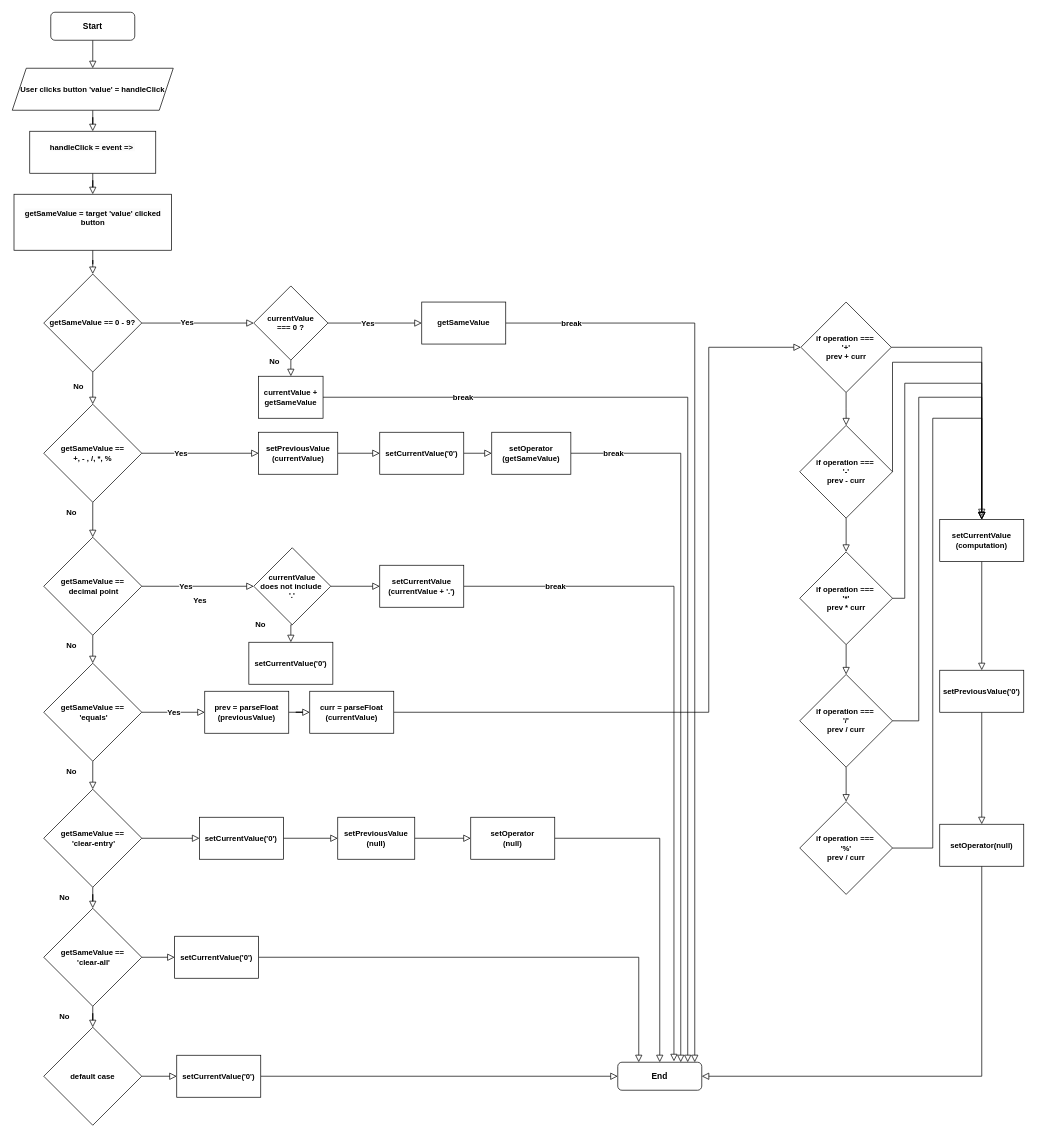
Earlier version of the draw.io diagram react-calc-logic.drawio (d31a/react-calculator). Source tidied: cells renumbered, new cells numbered last; positions are measured from the earlier drawing's top-left corner, leaving out a move shared by most shapes. Both pictures are drawn from the tidied source at 70%, with x=0, y=0 at pixel (12, 12).
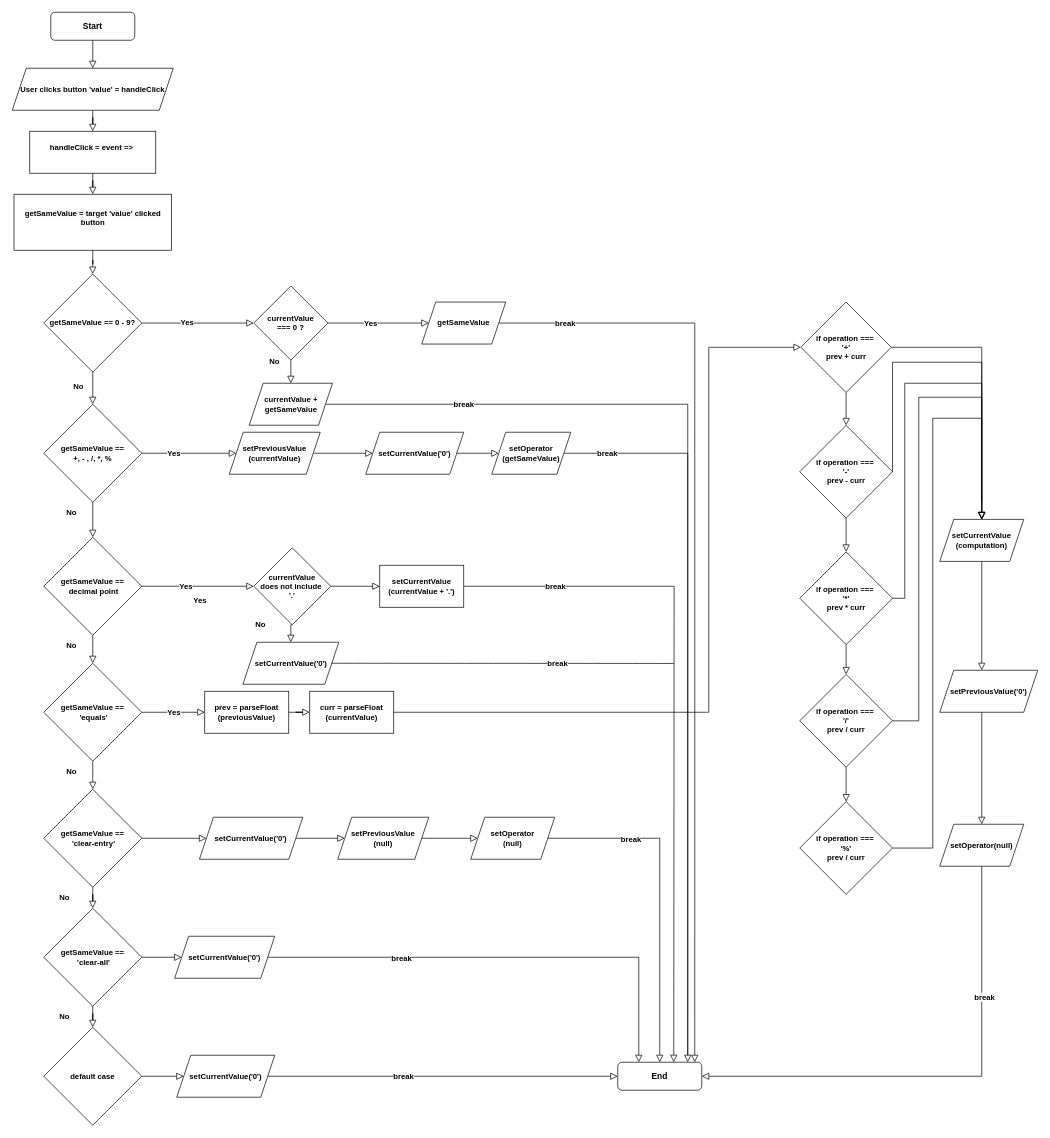
Above is the later version.

Unchanged cells that the change refers to:
```xml
<mxCell id="4" value="End" style="rounded=1;whiteSpace=wrap;html=1;fontSize=12;glass=0;strokeWidth=1;shadow=0;fontStyle=1;" parent="1" vertex="1">
  <mxGeometry x="865" y="1500" width="120" height="40" as="geometry" />
</mxCell>
<mxCell id="63" value="setCurrentValue&lt;br&gt;(currentValue + '.')" style="rounded=0;whiteSpace=wrap;html=1;fontFamily=Helvetica;fontSize=11;fontColor=default;fontStyle=1;" parent="1" vertex="1">
  <mxGeometry x="525" y="790" width="120" height="60" as="geometry" />
</mxCell>
<mxCell id="76" style="edgeStyle=orthogonalEdgeStyle;shape=connector;rounded=0;jettySize=auto;html=1;shadow=0;labelBackgroundColor=none;strokeColor=default;strokeWidth=1;fontFamily=Helvetica;fontSize=11;fontColor=default;endArrow=block;endFill=0;endSize=8;entryX=1;entryY=0.5;entryDx=0;entryDy=0;" parent="1" edge="1" source="77" target="4">
  <mxGeometry relative="1" as="geometry">
    <Array as="points">
      <mxPoint x="1385" y="1520" />
    </Array>
  </mxGeometry>
</mxCell>
<mxCell id="86" value="if operation ===&amp;nbsp;&lt;br&gt;'%'&lt;br&gt;prev / curr" style="rhombus;whiteSpace=wrap;html=1;fontFamily=Helvetica;fontSize=11;fontColor=default;fontStyle=1;" parent="78" vertex="1">
  <mxGeometry y="713.7" width="132.5" height="132.5" as="geometry" />
</mxCell>
<mxCell id="99" style="edgeStyle=orthogonalEdgeStyle;shape=connector;rounded=0;jettySize=auto;html=1;entryX=0.25;entryY=0;entryDx=0;entryDy=0;shadow=0;labelBackgroundColor=none;strokeColor=default;strokeWidth=1;fontFamily=Helvetica;fontSize=11;fontColor=default;endArrow=block;endFill=0;endSize=8;" parent="1" edge="1" source="100" target="4">
  <mxGeometry relative="1" as="geometry" />
</mxCell>
<mxCell id="101" style="edgeStyle=orthogonalEdgeStyle;shape=connector;rounded=0;jettySize=auto;html=1;shadow=0;labelBackgroundColor=none;strokeColor=default;strokeWidth=1;fontFamily=Helvetica;fontSize=11;fontColor=default;endArrow=block;endFill=0;endSize=8;" parent="1" edge="1" source="102" target="4">
  <mxGeometry relative="1" as="geometry" />
</mxCell>
```

The edit, as a diff of the source:
```diff
@@
-    <mxCell id="46" value="getSameValue" style="rounded=0;whiteSpace=wrap;html=1;fontFamily=Helvetica;fontSize=11;fontColor=default;fontStyle=1;" parent="1" vertex="1">
+    <mxCell id="46" value="getSameValue" style="shape=parallelogram;perimeter=parallelogramPerimeter;whiteSpace=wrap;html=1;fixedSize=1;fontFamily=Helvetica;fontSize=11;fontColor=default;align=center;strokeColor=default;fillColor=default;fontStyle=1;" parent="1" vertex="1">
       <mxGeometry x="585" y="414" width="120" height="60" as="geometry" />
     </mxCell>
@@
-    <mxCell id="49" value="currentValue + getSameValue" style="rounded=0;whiteSpace=wrap;html=1;fontFamily=Helvetica;fontSize=11;fontColor=default;fontStyle=1;" parent="1" vertex="1">
-      <mxGeometry x="352" y="520" width="92" height="60" as="geometry" />
+    <mxCell id="49" value="currentValue + getSameValue" style="shape=parallelogram;perimeter=parallelogramPerimeter;whiteSpace=wrap;html=1;fixedSize=1;fontFamily=Helvetica;fontSize=11;fontColor=default;align=center;strokeColor=default;fillColor=default;fontStyle=1;" parent="1" vertex="1">
+      <mxGeometry x="338.5" y="530" width="119" height="60" as="geometry" />
     </mxCell>
@@
-    <mxCell id="52" value="setPreviousValue&lt;br&gt;(currentValue)" style="rounded=0;whiteSpace=wrap;html=1;fontFamily=Helvetica;fontSize=11;fontColor=default;fontStyle=1;" parent="1" vertex="1">
-      <mxGeometry x="352" y="600" width="113" height="60" as="geometry" />
+    <mxCell id="52" value="setPreviousValue&lt;br&gt;(currentValue)" style="shape=parallelogram;perimeter=parallelogramPerimeter;whiteSpace=wrap;html=1;fixedSize=1;fontFamily=Helvetica;fontSize=11;fontColor=default;align=center;strokeColor=default;fillColor=default;fontStyle=1;" parent="1" vertex="1">
+      <mxGeometry x="310" y="600" width="130" height="60" as="geometry" />
     </mxCell>
@@
-    <mxCell id="54" value="setCurrentValue('0')" style="rounded=0;whiteSpace=wrap;html=1;fontFamily=Helvetica;fontSize=11;fontColor=default;fontStyle=1;" parent="1" vertex="1">
-      <mxGeometry x="525" y="600" width="120" height="60" as="geometry" />
+    <mxCell id="54" value="setCurrentValue('0')" style="shape=parallelogram;perimeter=parallelogramPerimeter;whiteSpace=wrap;html=1;fixedSize=1;fontFamily=Helvetica;fontSize=11;fontColor=default;align=center;strokeColor=default;fillColor=default;fontStyle=1;" parent="1" vertex="1">
+      <mxGeometry x="505" y="600" width="140" height="60" as="geometry" />
     </mxCell>
-    <mxCell id="55" style="edgeStyle=orthogonalEdgeStyle;shape=connector;rounded=0;jettySize=auto;html=1;entryX=0.75;entryY=0;entryDx=0;entryDy=0;shadow=0;labelBackgroundColor=none;strokeColor=default;strokeWidth=1;fontFamily=Helvetica;fontSize=11;fontColor=default;endArrow=block;endFill=0;endSize=8;" parent="1" edge="1" source="57" target="4">
-      <mxGeometry relative="1" as="geometry" />
+    <mxCell id="55" style="edgeStyle=orthogonalEdgeStyle;rounded=0;jettySize=auto;html=1;shadow=0;labelBackgroundColor=none;strokeColor=default;strokeWidth=1;fontFamily=Helvetica;fontSize=11;fontColor=default;endArrow=none;endFill=0;" parent="1" edge="1" source="57">
+      <mxGeometry relative="1" as="geometry">
+        <mxPoint x="965" y="1490" as="targetPoint" />
+        <Array as="points">
+          <mxPoint x="965" y="630" />
+        </Array>
+      </mxGeometry>
     </mxCell>
@@
-    <mxCell id="57" value="setOperator&lt;br&gt;(getSameValue)" style="rounded=0;whiteSpace=wrap;html=1;fontFamily=Helvetica;fontSize=11;fontColor=default;fontStyle=1;" parent="1" vertex="1">
+    <mxCell id="57" value="setOperator&lt;br&gt;(getSameValue)" style="shape=parallelogram;perimeter=parallelogramPerimeter;whiteSpace=wrap;html=1;fixedSize=1;fontFamily=Helvetica;fontSize=11;fontColor=default;align=center;strokeColor=default;fillColor=default;fontStyle=1;" parent="1" vertex="1">
       <mxGeometry x="685" y="600" width="113" height="60" as="geometry" />
     </mxCell>
@@
+    <mxCell id="103" style="edgeStyle=none;curved=1;rounded=0;jettySize=auto;html=1;exitX=1;exitY=0.5;exitDx=0;exitDy=0;fontSize=12;endArrow=none;endFill=0;" parent="1" edge="1" source="61">
+      <mxGeometry relative="1" as="geometry">
+        <mxPoint x="945" y="930.3" as="targetPoint" />
+      </mxGeometry>
+    </mxCell>
+    <mxCell id="104" value="break" style="edgeLabel;html=1;align=center;verticalAlign=middle;fontSize=11;fontStyle=1;" parent="103" vertex="1">
+      <mxGeometry x="0.32" relative="1" as="geometry" />
+    </mxCell>
-    <mxCell id="61" value="setCurrentValue('0')" style="rounded=0;whiteSpace=wrap;html=1;fontFamily=Helvetica;fontSize=11;fontColor=default;fontStyle=1;" parent="1" vertex="1">
-      <mxGeometry x="338" y="900" width="120" height="60" as="geometry" />
+    <mxCell id="61" value="setCurrentValue('0')" style="shape=parallelogram;perimeter=parallelogramPerimeter;whiteSpace=wrap;html=1;fixedSize=1;fontFamily=Helvetica;fontSize=11;fontColor=default;align=center;strokeColor=default;fillColor=default;fontStyle=1;" parent="1" vertex="1">
+      <mxGeometry x="329.5" y="900" width="137" height="60" as="geometry" />
     </mxCell>
-    <mxCell id="62" style="edgeStyle=orthogonalEdgeStyle;shape=connector;rounded=0;jettySize=auto;html=1;shadow=0;labelBackgroundColor=none;strokeColor=default;strokeWidth=1;fontFamily=Helvetica;fontSize=11;fontColor=default;endArrow=block;endFill=0;endSize=8;entryX=0.669;entryY=-0.033;entryDx=0;entryDy=0;entryPerimeter=0;" parent="1" edge="1" source="63" target="4">
-      <mxGeometry relative="1" as="geometry" />
+    <mxCell id="62" style="edgeStyle=orthogonalEdgeStyle;shape=connector;rounded=0;jettySize=auto;html=1;shadow=0;labelBackgroundColor=none;strokeColor=default;strokeWidth=1;fontFamily=Helvetica;fontSize=11;fontColor=default;endArrow=block;endFill=0;endSize=8;" parent="1" edge="1" source="63">
+      <mxGeometry relative="1" as="geometry">
+        <mxPoint x="945" y="1500" as="targetPoint" />
+      </mxGeometry>
     </mxCell>
@@
     <mxCell id="72" style="edgeStyle=orthogonalEdgeStyle;shape=connector;rounded=0;jettySize=auto;html=1;shadow=0;labelBackgroundColor=none;strokeColor=default;strokeWidth=1;fontFamily=Helvetica;fontSize=11;fontColor=default;endArrow=block;endFill=0;endSize=8;" parent="1" edge="1" source="73" target="75">
-      <mxGeometry relative="1" as="geometry" />
+      <mxGeometry relative="1" as="geometry">
+        <Array as="points">
+          <mxPoint x="1385" y="900" />
+          <mxPoint x="1385" y="900" />
+        </Array>
+      </mxGeometry>
     </mxCell>
-    <mxCell id="73" value="setCurrentValue&lt;br&gt;(computation)" style="whiteSpace=wrap;html=1;fontSize=11;fontStyle=1;" parent="1" vertex="1">
+    <mxCell id="73" value="setCurrentValue&lt;br&gt;(computation)" style="shape=parallelogram;perimeter=parallelogramPerimeter;whiteSpace=wrap;html=1;fixedSize=1;fontFamily=Helvetica;fontSize=11;fontColor=default;align=center;strokeColor=default;fillColor=default;fontStyle=1;" parent="1" vertex="1">
       <mxGeometry x="1325" y="724.5" width="120" height="60" as="geometry" />
     </mxCell>
     <mxCell id="74" style="edgeStyle=orthogonalEdgeStyle;shape=connector;rounded=0;jettySize=auto;html=1;shadow=0;labelBackgroundColor=none;strokeColor=default;strokeWidth=1;fontFamily=Helvetica;fontSize=11;fontColor=default;endArrow=block;endFill=0;endSize=8;" parent="1" edge="1" source="75" target="77">
-      <mxGeometry relative="1" as="geometry" />
+      <mxGeometry relative="1" as="geometry">
+        <Array as="points">
+          <mxPoint x="1385" y="1040" />
+          <mxPoint x="1385" y="1040" />
+        </Array>
+      </mxGeometry>
     </mxCell>
-    <mxCell id="75" value="setPreviousValue('0')" style="whiteSpace=wrap;html=1;fontSize=11;fontStyle=1;" parent="1" vertex="1">
-      <mxGeometry x="1325" y="940" width="120" height="60" as="geometry" />
+    <mxCell id="75" value="setPreviousValue('0')" style="shape=parallelogram;perimeter=parallelogramPerimeter;whiteSpace=wrap;html=1;fixedSize=1;fontFamily=Helvetica;fontSize=11;fontColor=default;align=center;strokeColor=default;fillColor=default;fontStyle=1;" parent="1" vertex="1">
+      <mxGeometry x="1325" y="940" width="140" height="60" as="geometry" />
     </mxCell>
@@
+    <mxCell id="105" value="break" style="edgeLabel;html=1;align=center;verticalAlign=middle;fontSize=11;fontStyle=1;" parent="76" vertex="1">
+      <mxGeometry x="-0.47" y="3" relative="1" as="geometry" />
+    </mxCell>
-    <mxCell id="77" value="setOperator(null)" style="whiteSpace=wrap;html=1;fontSize=11;fontStyle=1;" parent="1" vertex="1">
+    <mxCell id="77" value="setOperator(null)" style="shape=parallelogram;perimeter=parallelogramPerimeter;whiteSpace=wrap;html=1;fixedSize=1;fontFamily=Helvetica;fontSize=11;fontColor=default;align=center;strokeColor=default;fillColor=default;fontStyle=1;" parent="1" vertex="1">
       <mxGeometry x="1325" y="1160" width="120" height="60" as="geometry" />
     </mxCell>
@@
-    <mxCell id="92" style="edgeStyle=orthogonalEdgeStyle;shape=connector;rounded=0;jettySize=auto;html=1;shadow=0;labelBackgroundColor=none;strokeColor=default;strokeWidth=1;fontFamily=Helvetica;fontSize=11;fontColor=default;endArrow=block;endFill=0;endSize=8;" parent="1" edge="1" source="86">
+    <mxCell id="92" style="edgeStyle=orthogonalEdgeStyle;shape=connector;rounded=0;jettySize=auto;html=1;shadow=0;labelBackgroundColor=none;strokeColor=default;strokeWidth=1;fontFamily=Helvetica;fontSize=11;fontColor=default;endArrow=none;endFill=0;endSize=8;" parent="1" edge="1" source="86">
       <mxGeometry x="-0.02" y="10" relative="1" as="geometry">
-        <mxPoint x="1385" y="720" as="targetPoint" />
+        <mxPoint x="1385" y="700" as="targetPoint" />
         <Array as="points">
           <mxPoint x="1315" y="1194" />
           <mxPoint x="1315" y="580" />
           <mxPoint x="1385" y="580" />
         </Array>
         <mxPoint y="1" as="offset" />
       </mxGeometry>
     </mxCell>
@@
-    <mxCell id="94" value="setCurrentValue('0')" style="rounded=0;whiteSpace=wrap;html=1;fontFamily=Helvetica;fontSize=11;fontColor=default;fontStyle=1;" parent="1" vertex="1">
-      <mxGeometry x="267.4" y="1150" width="120" height="60" as="geometry" />
+    <mxCell id="94" value="setCurrentValue('0')" style="shape=parallelogram;perimeter=parallelogramPerimeter;whiteSpace=wrap;html=1;fixedSize=1;fontFamily=Helvetica;fontSize=11;fontColor=default;align=center;strokeColor=default;fillColor=default;fontStyle=1;" parent="1" vertex="1">
+      <mxGeometry x="267.4" y="1150" width="147.7" height="60" as="geometry" />
     </mxCell>
@@
-    <mxCell id="96" value="setPreviousValue&lt;br&gt;(null)" style="rounded=0;whiteSpace=wrap;html=1;fontFamily=Helvetica;fontSize=11;fontColor=default;fontStyle=1;" parent="1" vertex="1">
-      <mxGeometry x="465" y="1150" width="110" height="60" as="geometry" />
+    <mxCell id="96" value="setPreviousValue&lt;br&gt;(null)" style="shape=parallelogram;perimeter=parallelogramPerimeter;whiteSpace=wrap;html=1;fixedSize=1;fontFamily=Helvetica;fontSize=11;fontColor=default;align=center;strokeColor=default;fillColor=default;fontStyle=1;" parent="1" vertex="1">
+      <mxGeometry x="465" y="1150" width="130" height="60" as="geometry" />
     </mxCell>
     <mxCell id="97" style="edgeStyle=orthogonalEdgeStyle;shape=connector;rounded=0;jettySize=auto;html=1;entryX=0.5;entryY=0;entryDx=0;entryDy=0;shadow=0;labelBackgroundColor=none;strokeColor=default;strokeWidth=1;fontFamily=Helvetica;fontSize=11;fontColor=default;endArrow=block;endFill=0;endSize=8;" parent="1" edge="1" source="98" target="4">
-      <mxGeometry relative="1" as="geometry" />
+      <mxGeometry relative="1" as="geometry">
+        <Array as="points">
+          <mxPoint x="925" y="1180" />
+        </Array>
+      </mxGeometry>
     </mxCell>
+    <mxCell id="106" value="break" style="edgeLabel;html=1;align=center;verticalAlign=middle;fontSize=11;fontStyle=1;" parent="97" vertex="1">
+      <mxGeometry x="-0.51" y="-1" relative="1" as="geometry" />
+    </mxCell>
-    <mxCell id="98" value="setOperator&lt;br&gt;(null)" style="rounded=0;whiteSpace=wrap;html=1;fontFamily=Helvetica;fontSize=11;fontColor=default;fontStyle=1;" parent="1" vertex="1">
+    <mxCell id="98" value="setOperator&lt;br&gt;(null)" style="shape=parallelogram;perimeter=parallelogramPerimeter;whiteSpace=wrap;html=1;fixedSize=1;fontFamily=Helvetica;fontSize=11;fontColor=default;align=center;strokeColor=default;fillColor=default;fontStyle=1;" parent="1" vertex="1">
       <mxGeometry x="655" y="1150" width="120" height="60" as="geometry" />
     </mxCell>
@@
+    <mxCell id="107" value="break" style="edgeLabel;html=1;align=center;verticalAlign=middle;fontSize=11;fontStyle=1;" parent="99" vertex="1">
+      <mxGeometry x="-0.44" y="-1" relative="1" as="geometry" />
+    </mxCell>
-    <mxCell id="100" value="setCurrentValue('0')" style="rounded=0;whiteSpace=wrap;html=1;fontFamily=Helvetica;fontSize=11;fontColor=default;fontStyle=1;" parent="1" vertex="1">
-      <mxGeometry x="232" y="1320" width="120" height="60" as="geometry" />
+    <mxCell id="100" value="setCurrentValue('0')" style="shape=parallelogram;perimeter=parallelogramPerimeter;whiteSpace=wrap;html=1;fixedSize=1;fontFamily=Helvetica;fontSize=11;fontColor=default;align=center;strokeColor=default;fillColor=default;fontStyle=1;" parent="1" vertex="1">
+      <mxGeometry x="232" y="1320" width="143" height="60" as="geometry" />
     </mxCell>
@@
+    <mxCell id="108" value="break" style="edgeLabel;html=1;align=center;verticalAlign=middle;fontSize=11;fontStyle=1;" parent="101" vertex="1">
+      <mxGeometry x="-0.23" relative="1" as="geometry" />
+    </mxCell>
-    <mxCell id="102" value="setCurrentValue('0')" style="rounded=0;whiteSpace=wrap;html=1;fontFamily=Helvetica;fontSize=11;fontColor=default;fontStyle=1;" parent="1" vertex="1">
-      <mxGeometry x="235" y="1490" width="120" height="60" as="geometry" />
+    <mxCell id="102" value="setCurrentValue('0')" style="shape=parallelogram;perimeter=parallelogramPerimeter;whiteSpace=wrap;html=1;fixedSize=1;fontFamily=Helvetica;fontSize=11;fontColor=default;align=center;strokeColor=default;fillColor=default;fontStyle=1;" parent="1" vertex="1">
+      <mxGeometry x="235" y="1490" width="140" height="60" as="geometry" />
     </mxCell>
```
